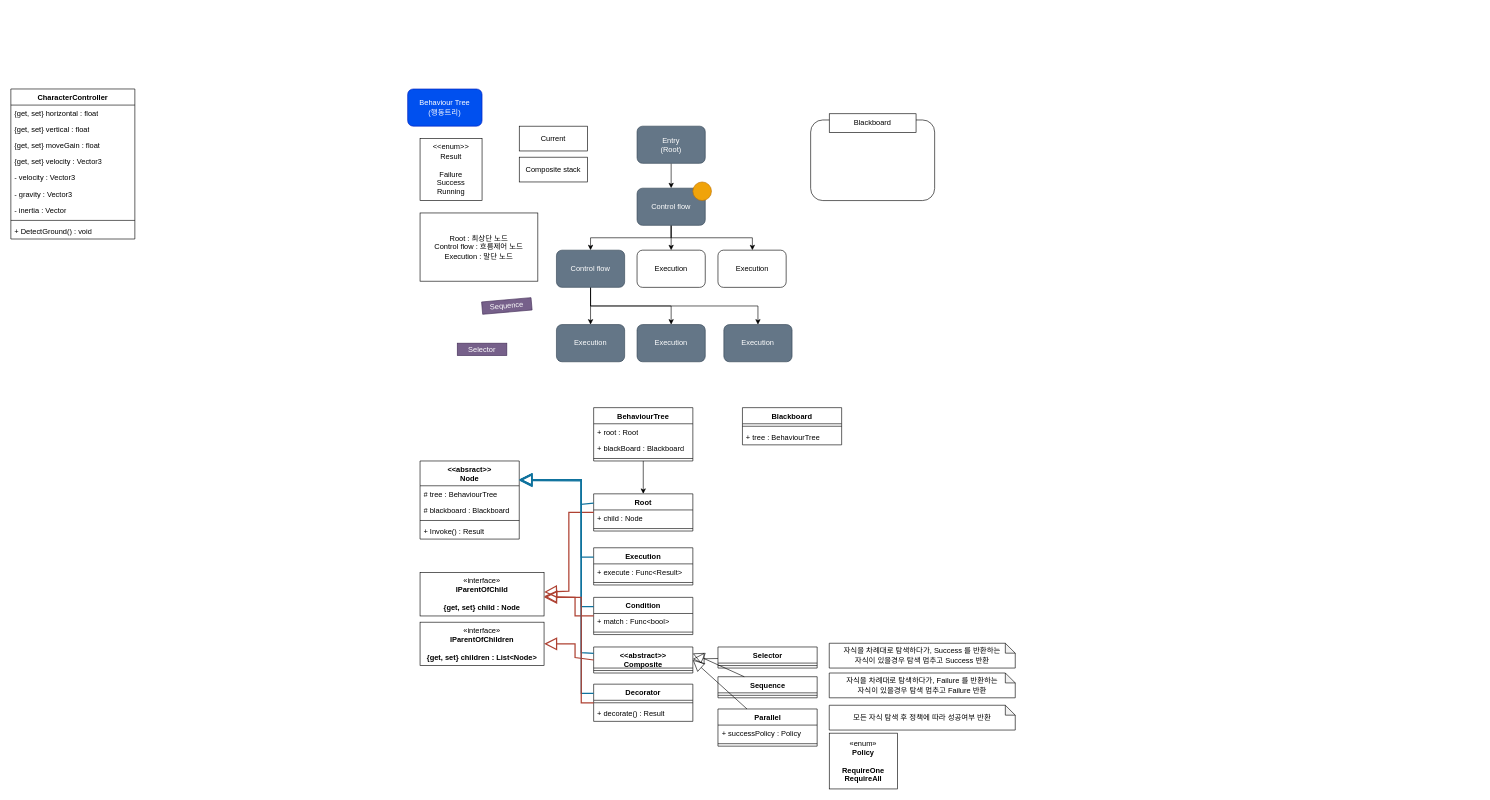
Earlier version of the draw.io diagram RPG/RPGConcept.drawio (luke-youngmin-cho/ETL_Unity4th). Source tidied: cells renumbered, new cells numbered last; positions are measured from the earlier drawing's top-left corner, leaving out a move shared by most shapes. Both pictures are drawn from the tidied source at 62%, with x=0, y=0 at pixel (11, 89).
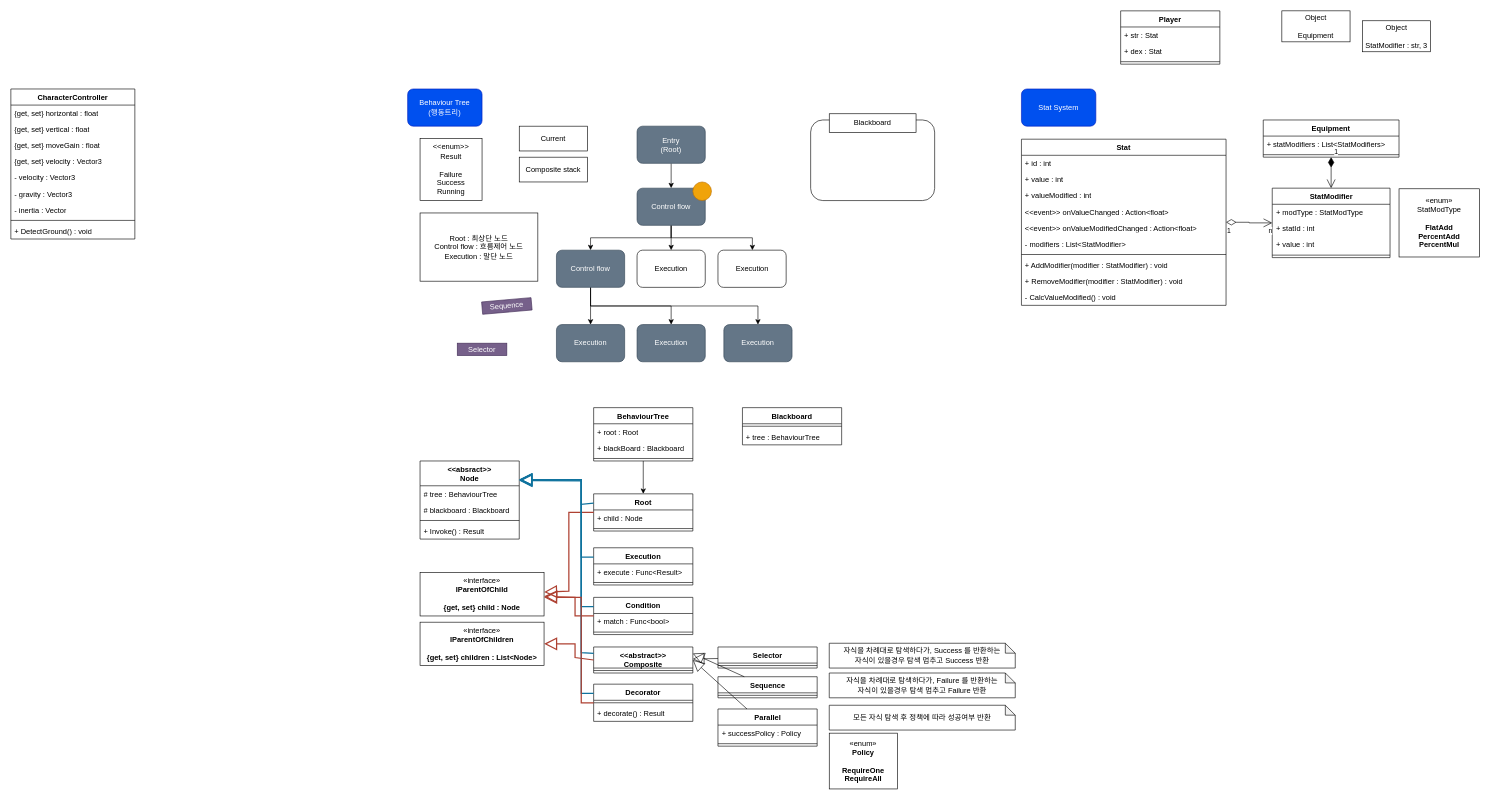
The same diagram, later.

What changed in the source:
```diff
@@
+    <mxCell id="89" value="Stat System" style="rounded=1;whiteSpace=wrap;html=1;fillColor=#0050ef;fontColor=#ffffff;strokeColor=#001DBC;" parent="1" vertex="1">
+      <mxGeometry x="1630" width="120" height="60" as="geometry" />
+    </mxCell>
+    <mxCell id="90" value="Stat" style="swimlane;fontStyle=1;align=center;verticalAlign=top;horizontal=1;startSize=26;whiteSpace=wrap;html=1;" parent="1" vertex="1">
+      <mxGeometry x="1630" y="81" width="330" height="268" as="geometry" />
+    </mxCell>
+    <mxCell id="91" value="+ id : int" style="text;strokeColor=none;fillColor=none;align=left;verticalAlign=top;spacingLeft=4;spacingRight=4;overflow=hidden;whiteSpace=wrap;html=1;" parent="90" vertex="1">
+      <mxGeometry y="26" width="330" height="26" as="geometry" />
+    </mxCell>
+    <mxCell id="92" value="+ value : int" style="text;strokeColor=none;fillColor=none;align=left;verticalAlign=top;spacingLeft=4;spacingRight=4;overflow=hidden;whiteSpace=wrap;html=1;" parent="90" vertex="1">
+      <mxGeometry y="52" width="330" height="26" as="geometry" />
+    </mxCell>
+    <mxCell id="93" value="+ valueModified : int" style="text;strokeColor=none;fillColor=none;align=left;verticalAlign=top;spacingLeft=4;spacingRight=4;overflow=hidden;whiteSpace=wrap;html=1;" parent="90" vertex="1">
+      <mxGeometry y="78" width="330" height="26" as="geometry" />
+    </mxCell>
+    <mxCell id="94" value="&amp;lt;&amp;lt;event&amp;gt;&amp;gt; onValueChanged : Action&amp;lt;float&amp;gt;" style="text;strokeColor=none;fillColor=none;align=left;verticalAlign=top;spacingLeft=4;spacingRight=4;overflow=hidden;whiteSpace=wrap;html=1;" parent="90" vertex="1">
+      <mxGeometry y="104" width="330" height="26" as="geometry" />
+    </mxCell>
+    <mxCell id="95" value="&amp;lt;&amp;lt;event&amp;gt;&amp;gt; onValueModifiedChanged : Action&amp;lt;float&amp;gt;" style="text;strokeColor=none;fillColor=none;align=left;verticalAlign=top;spacingLeft=4;spacingRight=4;overflow=hidden;whiteSpace=wrap;html=1;" parent="90" vertex="1">
+      <mxGeometry y="130" width="330" height="26" as="geometry" />
+    </mxCell>
+    <mxCell id="96" value="- modifiers : List&amp;lt;StatModifier&amp;gt;" style="text;strokeColor=none;fillColor=none;align=left;verticalAlign=top;spacingLeft=4;spacingRight=4;overflow=hidden;whiteSpace=wrap;html=1;" parent="90" vertex="1">
+      <mxGeometry y="156" width="330" height="26" as="geometry" />
+    </mxCell>
+    <mxCell id="97" style="line;strokeWidth=1;fillColor=none;align=left;verticalAlign=middle;spacingTop=-1;spacingLeft=3;spacingRight=3;labelPosition=right;strokeColor=inherit;" parent="90" vertex="1">
+      <mxGeometry y="182" width="330" height="8" as="geometry" />
+    </mxCell>
+    <mxCell id="98" value="+ AddModifier(modifier : StatModifier) : void" style="text;strokeColor=none;fillColor=none;align=left;verticalAlign=top;spacingLeft=4;spacingRight=4;overflow=hidden;whiteSpace=wrap;html=1;" parent="90" vertex="1">
+      <mxGeometry y="190" width="330" height="26" as="geometry" />
+    </mxCell>
+    <mxCell id="99" value="+ RemoveModifier(modifier : StatModifier) : void" style="text;strokeColor=none;fillColor=none;align=left;verticalAlign=top;spacingLeft=4;spacingRight=4;overflow=hidden;whiteSpace=wrap;html=1;" parent="90" vertex="1">
+      <mxGeometry y="216" width="330" height="26" as="geometry" />
+    </mxCell>
+    <mxCell id="100" value="- CalcValueModified() : void" style="text;strokeColor=none;fillColor=none;align=left;verticalAlign=top;spacingLeft=4;spacingRight=4;overflow=hidden;whiteSpace=wrap;html=1;" parent="90" vertex="1">
+      <mxGeometry y="242" width="330" height="26" as="geometry" />
+    </mxCell>
+    <mxCell id="101" value="StatModifier" style="swimlane;fontStyle=1;align=center;verticalAlign=top;horizontal=1;startSize=26;whiteSpace=wrap;html=1;" parent="1" vertex="1">
+      <mxGeometry x="2034.5" y="160" width="190" height="112" as="geometry" />
+    </mxCell>
+    <mxCell id="102" value="+ modType : StatModType" style="text;strokeColor=none;fillColor=none;align=left;verticalAlign=top;spacingLeft=4;spacingRight=4;overflow=hidden;whiteSpace=wrap;html=1;" parent="101" vertex="1">
+      <mxGeometry y="26" width="190" height="26" as="geometry" />
+    </mxCell>
+    <mxCell id="103" value="+ statId : int" style="text;strokeColor=none;fillColor=none;align=left;verticalAlign=top;spacingLeft=4;spacingRight=4;overflow=hidden;whiteSpace=wrap;html=1;" parent="101" vertex="1">
+      <mxGeometry y="52" width="190" height="26" as="geometry" />
+    </mxCell>
+    <mxCell id="104" value="+ value : int" style="text;strokeColor=none;fillColor=none;align=left;verticalAlign=top;spacingLeft=4;spacingRight=4;overflow=hidden;whiteSpace=wrap;html=1;" parent="101" vertex="1">
+      <mxGeometry y="78" width="190" height="26" as="geometry" />
+    </mxCell>
+    <mxCell id="105" style="line;strokeWidth=1;fillColor=none;align=left;verticalAlign=middle;spacingTop=-1;spacingLeft=3;spacingRight=3;labelPosition=right;strokeColor=inherit;" parent="101" vertex="1">
+      <mxGeometry y="104" width="190" height="8" as="geometry" />
+    </mxCell>
+    <mxCell id="106" value="«enum»&lt;br&gt;StatModType&lt;br&gt;&lt;br&gt;&lt;b&gt;FlatAdd&lt;br&gt;PercentAdd&lt;br&gt;PercentMul&lt;br&gt;&lt;/b&gt;" style="html=1;whiteSpace=wrap;" parent="1" vertex="1">
+      <mxGeometry x="2239" y="161" width="130" height="110" as="geometry" />
+    </mxCell>
+    <mxCell id="107" value="Equipment" style="swimlane;fontStyle=1;align=center;verticalAlign=top;horizontal=1;startSize=26;whiteSpace=wrap;html=1;" parent="1" vertex="1">
+      <mxGeometry x="2020" y="50" width="219" height="60" as="geometry" />
+    </mxCell>
+    <mxCell id="108" value="+ statModifiers : List&amp;lt;StatModifiers&amp;gt;" style="text;strokeColor=none;fillColor=none;align=left;verticalAlign=top;spacingLeft=4;spacingRight=4;overflow=hidden;whiteSpace=wrap;html=1;" parent="107" vertex="1">
+      <mxGeometry y="26" width="219" height="26" as="geometry" />
+    </mxCell>
+    <mxCell id="109" style="line;strokeWidth=1;fillColor=none;align=left;verticalAlign=middle;spacingTop=-1;spacingLeft=3;spacingRight=3;labelPosition=right;strokeColor=inherit;" parent="107" vertex="1">
+      <mxGeometry y="52" width="219" height="8" as="geometry" />
+    </mxCell>
+    <mxCell id="110" value="1" style="endArrow=open;html=1;endSize=12;startArrow=diamondThin;startSize=14;startFill=1;edgeStyle=orthogonalEdgeStyle;align=left;verticalAlign=bottom;rounded=0;" parent="1" edge="1" source="107" target="101">
+      <mxGeometry x="-1" y="3" relative="1" as="geometry" />
+    </mxCell>
+    <mxCell id="111" style="endArrow=open;html=1;endSize=12;startArrow=diamondThin;startSize=14;startFill=0;edgeStyle=orthogonalEdgeStyle;rounded=0;" parent="1" edge="1" source="90" target="101">
+      <mxGeometry relative="1" as="geometry" />
+    </mxCell>
+    <mxCell id="112" value="1" style="edgeLabel;html=1;align=left;verticalAlign=top;" parent="111" vertex="1">
+      <mxGeometry x="-1" relative="1" as="geometry" />
+    </mxCell>
+    <mxCell id="113" value="n" style="edgeLabel;html=1;align=right;verticalAlign=top;" parent="111" vertex="1">
+      <mxGeometry x="1" relative="1" as="geometry" />
+    </mxCell>
+    <mxCell id="114" value="Player" style="swimlane;fontStyle=1;align=center;verticalAlign=top;horizontal=1;startSize=26;whiteSpace=wrap;html=1;" parent="1" vertex="1">
+      <mxGeometry x="1790" y="-126" width="160" height="86" as="geometry" />
+    </mxCell>
+    <mxCell id="115" value="+ str : Stat" style="text;strokeColor=none;fillColor=none;align=left;verticalAlign=top;spacingLeft=4;spacingRight=4;overflow=hidden;whiteSpace=wrap;html=1;" parent="114" vertex="1">
+      <mxGeometry y="26" width="160" height="26" as="geometry" />
+    </mxCell>
+    <mxCell id="116" value="+ dex : Stat" style="text;strokeColor=none;fillColor=none;align=left;verticalAlign=top;spacingLeft=4;spacingRight=4;overflow=hidden;whiteSpace=wrap;html=1;" parent="114" vertex="1">
+      <mxGeometry y="52" width="160" height="26" as="geometry" />
+    </mxCell>
+    <mxCell id="117" style="line;strokeWidth=1;fillColor=none;align=left;verticalAlign=middle;spacingTop=-1;spacingLeft=3;spacingRight=3;labelPosition=right;strokeColor=inherit;" parent="114" vertex="1">
+      <mxGeometry y="78" width="160" height="8" as="geometry" />
+    </mxCell>
+    <mxCell id="118" value="Object&lt;br&gt;&lt;br&gt;Equipment" style="html=1;whiteSpace=wrap;" parent="1" vertex="1">
+      <mxGeometry x="2050" y="-126" width="110" height="50" as="geometry" />
+    </mxCell>
+    <mxCell id="119" value="Object&lt;br&gt;&lt;br&gt;StatModifier : str, 3" style="html=1;whiteSpace=wrap;" parent="1" vertex="1">
+      <mxGeometry x="2180" y="-110" width="110" height="50" as="geometry" />
+    </mxCell>
```
